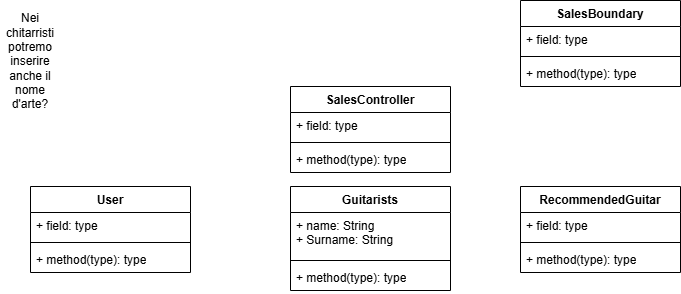
Above: BCEM.drawio.png in TizianoLilli/ISPW-Project (draw.io), before the change. Source tidied: cells renumbered, new cells last; positions are measured from the earlier drawing's top-left corner, leaving out a move shared by most shapes.
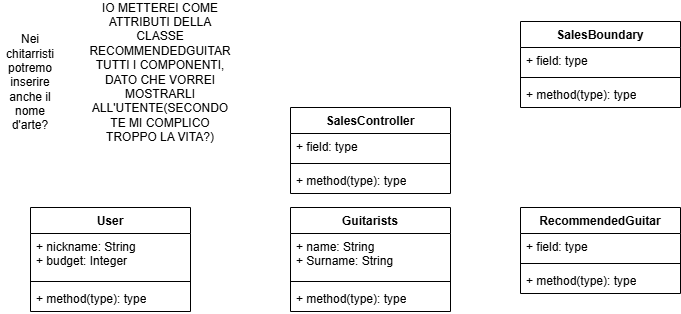
The same file after the commit.

The edit, as a diff of the source:
```diff
@@ -27,16 +27,16 @@
       <mxGeometry y="60" width="160" height="26" as="geometry" />
     </mxCell>
     <mxCell id="10" value="User" style="swimlane;fontStyle=1;align=center;verticalAlign=top;horizontal=1;startSize=26;whiteSpace=wrap;html=1;" parent="1" vertex="1">
-      <mxGeometry x="30" y="186" width="160" height="86" as="geometry" />
+      <mxGeometry x="30" y="186" width="160" height="104" as="geometry" />
     </mxCell>
-    <mxCell id="11" value="+ field: type" style="text;strokeColor=none;fillColor=none;align=left;verticalAlign=top;spacingLeft=4;spacingRight=4;overflow=hidden;whiteSpace=wrap;html=1;" parent="10" vertex="1">
-      <mxGeometry y="26" width="160" height="26" as="geometry" />
+    <mxCell id="11" value="+ nickname: String&lt;div&gt;+ budget: Integer&lt;/div&gt;" style="text;strokeColor=none;fillColor=none;align=left;verticalAlign=top;spacingLeft=4;spacingRight=4;overflow=hidden;whiteSpace=wrap;html=1;" parent="10" vertex="1">
+      <mxGeometry y="26" width="160" height="44" as="geometry" />
     </mxCell>
     <mxCell id="12" style="line;strokeWidth=1;fillColor=none;align=left;verticalAlign=middle;spacingTop=-1;spacingLeft=3;spacingRight=3;labelPosition=right;strokeColor=inherit;" parent="10" vertex="1">
-      <mxGeometry y="52" width="160" height="8" as="geometry" />
+      <mxGeometry y="70" width="160" height="8" as="geometry" />
     </mxCell>
     <mxCell id="13" value="+ method(type): type" style="text;strokeColor=none;fillColor=none;align=left;verticalAlign=top;spacingLeft=4;spacingRight=4;overflow=hidden;whiteSpace=wrap;html=1;" parent="10" vertex="1">
-      <mxGeometry y="60" width="160" height="26" as="geometry" />
+      <mxGeometry y="78" width="160" height="26" as="geometry" />
     </mxCell>
     <mxCell id="14" value="SalesController" style="swimlane;fontStyle=1;align=center;verticalAlign=top;horizontal=1;startSize=26;whiteSpace=wrap;html=1;" parent="1" vertex="1">
       <mxGeometry x="290" y="86" width="160" height="86" as="geometry" />
@@ -65,5 +65,8 @@
     <mxCell id="22" value="Nei chitarristi potremo inserire anche il nome d'arte?" style="text;html=1;align=center;verticalAlign=middle;whiteSpace=wrap;rounded=0;" parent="1" vertex="1">
       <mxGeometry y="46" width="60" height="30" as="geometry" />
     </mxCell>
+    <mxCell id="23" value="IO METTEREI COME ATTRIBUTI DELLA CLASSE RECOMMENDEDGUITAR TUTTI I COMPONENTI, DATO CHE VORREI MOSTRARLI ALL'UTENTE(SECONDO TE MI COMPLICO TROPPO LA VITA?)" style="text;html=1;align=center;verticalAlign=middle;whiteSpace=wrap;rounded=0;" parent="1" vertex="1">
+      <mxGeometry x="130" y="36" width="60" height="30" as="geometry" />
+    </mxCell>
   </root>
 </mxGraphModel>
```
